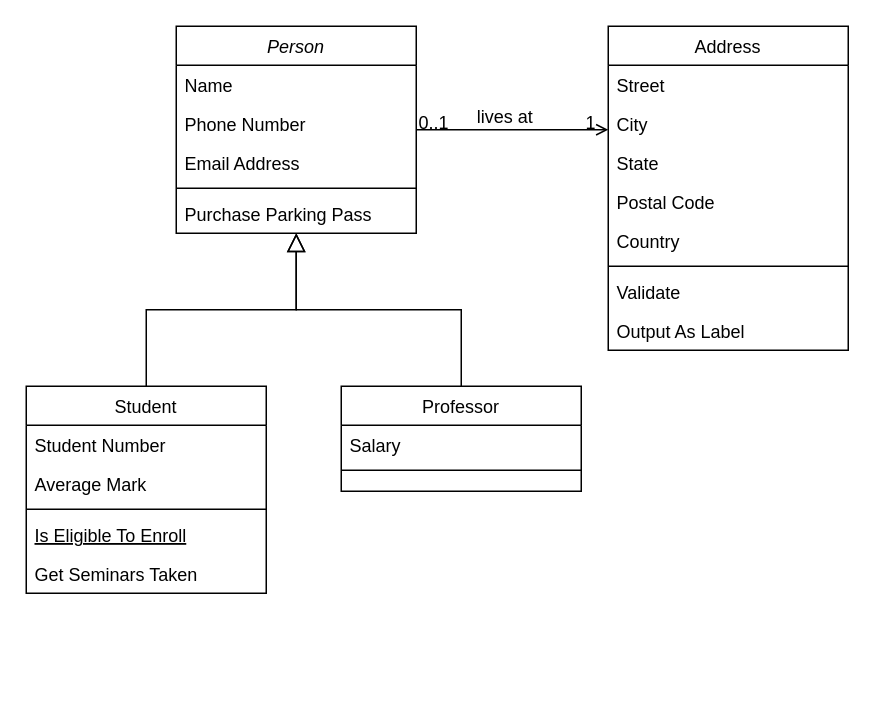
yonymino/ClasesPython keeps this draw.io diagram as Diagrama sin título.drawio. Above is the earlier version. Source tidied: cells renumbered, new cells numbered last; positions are measured from the earlier drawing's top-left corner, leaving out a move shared by most shapes. Both pictures are drawn from the tidied source at 150%, with x=0, y=0 at pixel (26, 26).
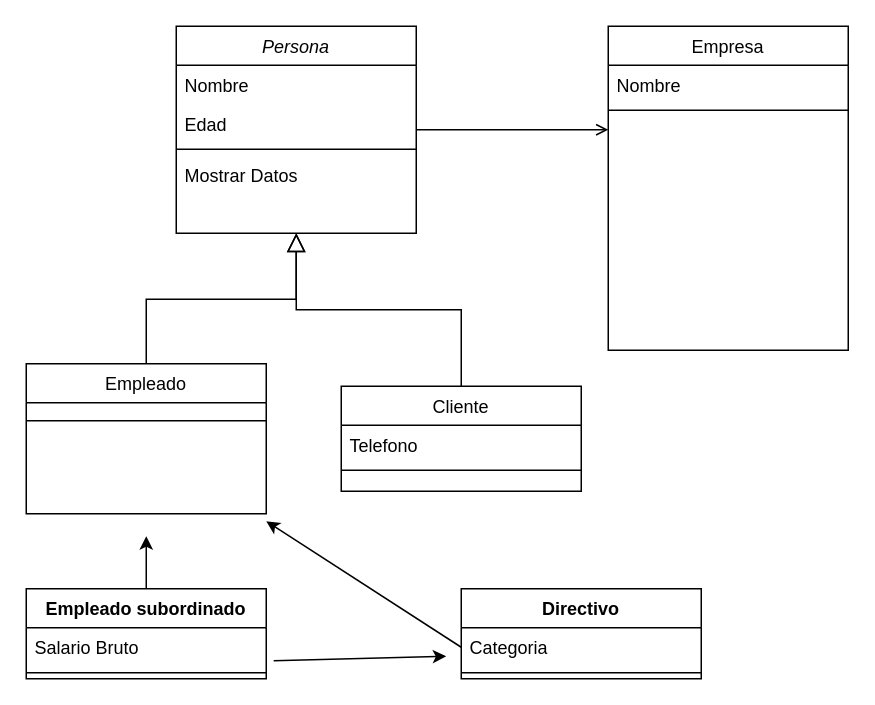
After the change.

The change refers to these unchanged cells:
```xml
<mxCell id="28" style="endArrow=open;shadow=0;strokeWidth=1;rounded=0;curved=0;endFill=1;edgeStyle=elbowEdgeStyle;elbow=vertical;" parent="1" edge="1" source="2" target="19">
  <mxGeometry x="0.5" y="41" relative="1" as="geometry">
    <mxPoint x="-40" y="32" as="offset" />
  </mxGeometry>
</mxCell>
```

Change to the diagram source:
```diff
@@
-    <mxCell id="2" value="Person" style="swimlane;fontStyle=2;align=center;verticalAlign=top;horizontal=1;startSize=26;rounded=0;shadow=0;strokeWidth=1;" parent="1" vertex="1">
+    <mxCell id="2" value="Persona" style="swimlane;fontStyle=2;align=center;verticalAlign=top;horizontal=1;startSize=26;rounded=0;shadow=0;strokeWidth=1;" parent="1" vertex="1">
       <mxGeometry x="100" width="160" height="138" as="geometry" />
     </mxCell>
-    <mxCell id="3" value="Name" style="text;align=left;verticalAlign=top;spacingLeft=4;spacingRight=4;overflow=hidden;" parent="2" vertex="1">
+    <mxCell id="3" value="Nombre " style="text;align=left;verticalAlign=top;spacingLeft=4;spacingRight=4;overflow=hidden;" parent="2" vertex="1">
       <mxGeometry y="26" width="160" height="26" as="geometry" />
     </mxCell>
-    <mxCell id="4" value="Phone Number" style="text;align=left;verticalAlign=top;spacingLeft=4;spacingRight=4;overflow=hidden;rounded=0;shadow=0;html=0;" parent="2" vertex="1">
+    <mxCell id="4" value="Edad" style="text;align=left;verticalAlign=top;spacingLeft=4;spacingRight=4;overflow=hidden;rounded=0;shadow=0;html=0;" parent="2" vertex="1">
       <mxGeometry y="52" width="160" height="26" as="geometry" />
     </mxCell>
-    <mxCell id="5" value="Email Address" style="text;align=left;verticalAlign=top;spacingLeft=4;spacingRight=4;overflow=hidden;rounded=0;shadow=0;html=0;" parent="2" vertex="1">
-      <mxGeometry y="78" width="160" height="26" as="geometry" />
-    </mxCell>
     <mxCell id="6" style="line;html=1;strokeWidth=1;align=left;verticalAlign=middle;spacingTop=-1;spacingLeft=3;spacingRight=3;labelPosition=right;" parent="2" vertex="1">
-      <mxGeometry y="104" width="160" height="8" as="geometry" />
+      <mxGeometry y="78" width="160" height="8" as="geometry" />
     </mxCell>
-    <mxCell id="7" value="Purchase Parking Pass" style="text;align=left;verticalAlign=top;spacingLeft=4;spacingRight=4;overflow=hidden;" parent="2" vertex="1">
-      <mxGeometry y="112" width="160" height="26" as="geometry" />
+    <mxCell id="7" value="Mostrar Datos" style="text;align=left;verticalAlign=top;spacingLeft=4;spacingRight=4;overflow=hidden;" parent="2" vertex="1">
+      <mxGeometry y="86" width="160" height="26" as="geometry" />
     </mxCell>
-    <mxCell id="8" value="Student" style="swimlane;fontStyle=0;align=center;verticalAlign=top;horizontal=1;startSize=26;rounded=0;shadow=0;strokeWidth=1;" parent="1" vertex="1">
-      <mxGeometry y="240" width="160" height="138" as="geometry" />
+    <mxCell id="8" value="Empleado" style="swimlane;fontStyle=0;align=center;verticalAlign=top;horizontal=1;startSize=26;rounded=0;shadow=0;strokeWidth=1;" parent="1" vertex="1">
+      <mxGeometry y="225" width="160" height="100" as="geometry" />
     </mxCell>
-    <mxCell id="9" value="Student Number" style="text;align=left;verticalAlign=top;spacingLeft=4;spacingRight=4;overflow=hidden;" parent="8" vertex="1">
-      <mxGeometry y="26" width="160" height="26" as="geometry" />
-    </mxCell>
-    <mxCell id="10" value="Average Mark" style="text;align=left;verticalAlign=top;spacingLeft=4;spacingRight=4;overflow=hidden;rounded=0;shadow=0;html=0;" parent="8" vertex="1">
-      <mxGeometry y="52" width="160" height="26" as="geometry" />
-    </mxCell>
     <mxCell id="11" style="line;html=1;strokeWidth=1;align=left;verticalAlign=middle;spacingTop=-1;spacingLeft=3;spacingRight=3;labelPosition=right;" parent="8" vertex="1">
-      <mxGeometry y="78" width="160" height="8" as="geometry" />
+      <mxGeometry y="26" width="160" height="24" as="geometry" />
     </mxCell>
-    <mxCell id="12" value="Is Eligible To Enroll" style="text;align=left;verticalAlign=top;spacingLeft=4;spacingRight=4;overflow=hidden;fontStyle=4;" parent="8" vertex="1">
-      <mxGeometry y="86" width="160" height="26" as="geometry" />
-    </mxCell>
-    <mxCell id="13" value="Get Seminars Taken" style="text;align=left;verticalAlign=top;spacingLeft=4;spacingRight=4;overflow=hidden;" parent="8" vertex="1">
-      <mxGeometry y="112" width="160" height="26" as="geometry" />
-    </mxCell>
@@
-    <mxCell id="15" value="Professor" style="swimlane;fontStyle=0;align=center;verticalAlign=top;horizontal=1;startSize=26;rounded=0;shadow=0;strokeWidth=1;" parent="1" vertex="1">
+    <mxCell id="15" value="Cliente" style="swimlane;fontStyle=0;align=center;verticalAlign=top;horizontal=1;startSize=26;rounded=0;shadow=0;strokeWidth=1;" parent="1" vertex="1">
       <mxGeometry x="210" y="240" width="160" height="70" as="geometry" />
     </mxCell>
-    <mxCell id="16" value="Salary" style="text;align=left;verticalAlign=top;spacingLeft=4;spacingRight=4;overflow=hidden;" parent="15" vertex="1">
+    <mxCell id="16" value="Telefono" style="text;align=left;verticalAlign=top;spacingLeft=4;spacingRight=4;overflow=hidden;" parent="15" vertex="1">
       <mxGeometry y="26" width="160" height="26" as="geometry" />
     </mxCell>
@@
-    <mxCell id="19" value="Address" style="swimlane;fontStyle=0;align=center;verticalAlign=top;horizontal=1;startSize=26;rounded=0;shadow=0;strokeWidth=1;" parent="1" vertex="1">
+    <mxCell id="19" value="Empresa" style="swimlane;fontStyle=0;align=center;verticalAlign=top;horizontal=1;startSize=26;rounded=0;shadow=0;strokeWidth=1;" parent="1" vertex="1">
       <mxGeometry x="388" width="160" height="216" as="geometry" />
     </mxCell>
-    <mxCell id="20" value="Street" style="text;align=left;verticalAlign=top;spacingLeft=4;spacingRight=4;overflow=hidden;" parent="19" vertex="1">
+    <mxCell id="20" value="Nombre" style="text;align=left;verticalAlign=top;spacingLeft=4;spacingRight=4;overflow=hidden;" parent="19" vertex="1">
       <mxGeometry y="26" width="160" height="26" as="geometry" />
     </mxCell>
-    <mxCell id="21" value="City" style="text;align=left;verticalAlign=top;spacingLeft=4;spacingRight=4;overflow=hidden;rounded=0;shadow=0;html=0;" parent="19" vertex="1">
-      <mxGeometry y="52" width="160" height="26" as="geometry" />
-    </mxCell>
-    <mxCell id="22" value="State" style="text;align=left;verticalAlign=top;spacingLeft=4;spacingRight=4;overflow=hidden;rounded=0;shadow=0;html=0;" parent="19" vertex="1">
-      <mxGeometry y="78" width="160" height="26" as="geometry" />
-    </mxCell>
-    <mxCell id="23" value="Postal Code" style="text;align=left;verticalAlign=top;spacingLeft=4;spacingRight=4;overflow=hidden;rounded=0;shadow=0;html=0;" parent="19" vertex="1">
-      <mxGeometry y="104" width="160" height="26" as="geometry" />
-    </mxCell>
-    <mxCell id="24" value="Country" style="text;align=left;verticalAlign=top;spacingLeft=4;spacingRight=4;overflow=hidden;rounded=0;shadow=0;html=0;" parent="19" vertex="1">
-      <mxGeometry y="130" width="160" height="26" as="geometry" />
-    </mxCell>
     <mxCell id="25" style="line;html=1;strokeWidth=1;align=left;verticalAlign=middle;spacingTop=-1;spacingLeft=3;spacingRight=3;labelPosition=right;" parent="19" vertex="1">
-      <mxGeometry y="156" width="160" height="8" as="geometry" />
+      <mxGeometry y="52" width="160" height="8" as="geometry" />
     </mxCell>
-    <mxCell id="26" value="Validate" style="text;align=left;verticalAlign=top;spacingLeft=4;spacingRight=4;overflow=hidden;" parent="19" vertex="1">
-      <mxGeometry y="164" width="160" height="26" as="geometry" />
-    </mxCell>
-    <mxCell id="27" value="Output As Label" style="text;align=left;verticalAlign=top;spacingLeft=4;spacingRight=4;overflow=hidden;" parent="19" vertex="1">
-      <mxGeometry y="190" width="160" height="26" as="geometry" />
-    </mxCell>
@@
-    <mxCell id="29" value="0..1" style="align=left;verticalAlign=bottom;labelBackgroundColor=none;fontSize=12;" parent="28" vertex="1">
-      <mxGeometry x="-1" relative="1" as="geometry">
-        <mxPoint y="4" as="offset" />
-      </mxGeometry>
-    </mxCell>
-    <mxCell id="30" value="1" style="align=right;verticalAlign=bottom;labelBackgroundColor=none;fontSize=12;" parent="28" vertex="1">
-      <mxGeometry x="1" relative="1" as="geometry">
-        <mxPoint x="-7" y="4" as="offset" />
-      </mxGeometry>
-    </mxCell>
-    <mxCell id="31" value="lives at" style="text;html=1;align=center;verticalAlign=middle;labelBackgroundColor=none;rounded=0;shadow=0;strokeWidth=1;fontSize=12;" parent="28" vertex="1">
-      <mxGeometry x="0.5" y="49" relative="1" as="geometry">
-        <mxPoint x="-38" y="40" as="offset" />
-      </mxGeometry>
-    </mxCell>
+    <mxCell id="32" style="edgeStyle=orthogonalEdgeStyle;rounded=0;jettySize=auto;html=1;exitX=0.5;exitY=0;exitDx=0;exitDy=0;" parent="1" edge="1" source="33">
+      <mxGeometry relative="1" as="geometry">
+        <mxPoint x="80" y="340" as="targetPoint" />
+      </mxGeometry>
+    </mxCell>
+    <mxCell id="33" value="Empleado subordinado" style="swimlane;fontStyle=1;align=center;verticalAlign=top;horizontal=1;startSize=26;whiteSpace=wrap;html=1;" parent="1" vertex="1">
+      <mxGeometry y="375" width="160" height="60" as="geometry" />
+    </mxCell>
+    <mxCell id="34" value="Salario Bruto" style="text;strokeColor=none;fillColor=none;align=left;verticalAlign=top;spacingLeft=4;spacingRight=4;overflow=hidden;points=[[0,0.5],[1,0.5]];portConstraint=eastwest;whiteSpace=wrap;html=1;" parent="33" vertex="1">
+      <mxGeometry y="26" width="160" height="26" as="geometry" />
+    </mxCell>
+    <mxCell id="35" style="line;strokeWidth=1;fillColor=none;align=left;verticalAlign=middle;spacingTop=-1;spacingLeft=3;spacingRight=3;labelPosition=right;strokeColor=inherit;" parent="33" vertex="1">
+      <mxGeometry y="52" width="160" height="8" as="geometry" />
+    </mxCell>
+    <mxCell id="36" value="Directivo" style="swimlane;fontStyle=1;align=center;verticalAlign=top;horizontal=1;startSize=26;whiteSpace=wrap;html=1;" parent="1" vertex="1">
+      <mxGeometry x="290" y="375" width="160" height="60" as="geometry" />
+    </mxCell>
+    <mxCell id="37" value="Categoria" style="text;strokeColor=none;fillColor=none;align=left;verticalAlign=top;spacingLeft=4;spacingRight=4;overflow=hidden;points=[[0,0.5],[1,0.5]];portConstraint=eastwest;whiteSpace=wrap;html=1;" parent="36" vertex="1">
+      <mxGeometry y="26" width="160" height="26" as="geometry" />
+    </mxCell>
+    <mxCell id="38" style="line;strokeWidth=1;fillColor=none;align=left;verticalAlign=middle;spacingTop=-1;spacingLeft=3;spacingRight=3;labelPosition=right;strokeColor=inherit;" parent="36" vertex="1">
+      <mxGeometry y="52" width="160" height="8" as="geometry" />
+    </mxCell>
+    <mxCell id="39" style="endArrow=classic;html=1;rounded=0;exitX=0;exitY=0.5;exitDx=0;exitDy=0;" parent="1" edge="1" source="37">
+      <mxGeometry relative="1" as="geometry">
+        <mxPoint x="160" y="330" as="targetPoint" />
+      </mxGeometry>
+    </mxCell>
+    <mxCell id="40" style="endArrow=classic;html=1;rounded=0;exitX=1.031;exitY=0.846;exitDx=0;exitDy=0;exitPerimeter=0;" parent="1" edge="1" source="34">
+      <mxGeometry relative="1" as="geometry">
+        <mxPoint x="280" y="420" as="targetPoint" />
+      </mxGeometry>
+    </mxCell>
```
